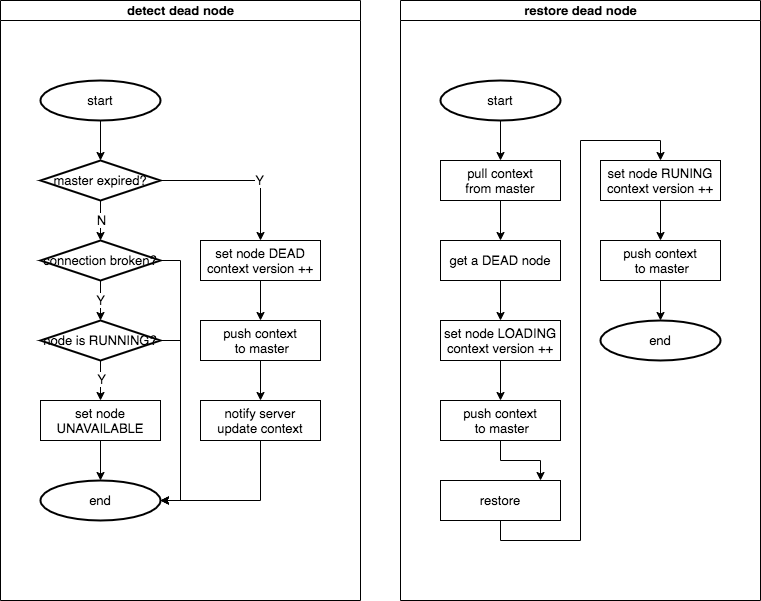
This is documents/restore.drawio.png from 4paradigm/parameter-server, a draw.io export, as it was before one commit. Source tidied: cells renumbered, new cells last; positions are measured from the earlier drawing's top-left corner, leaving out a move shared by most shapes.
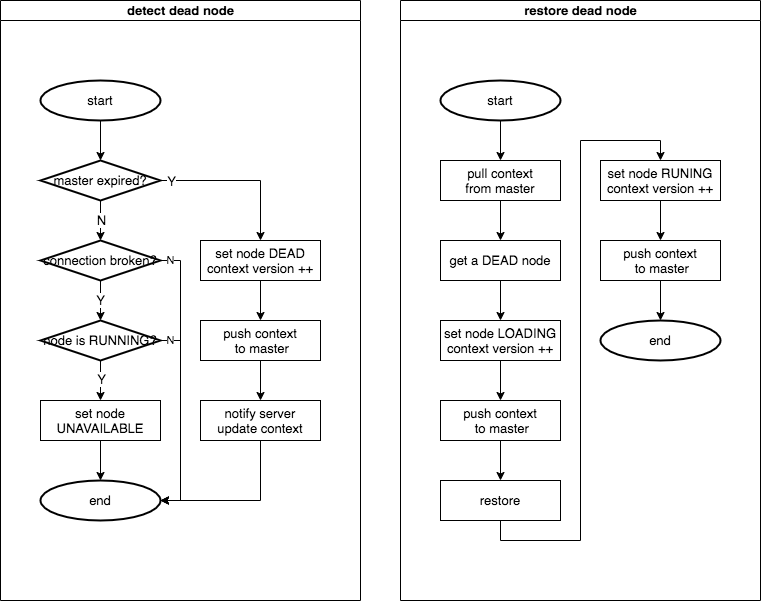
The same file after the commit.

Commit message:
fix documents graph

What changed in the source:
```diff
@@ -31,7 +31,9 @@
       <mxGeometry relative="1" as="geometry" />
     </mxCell>
     <mxCell id="10" value="Y" style="edgeLabel;html=1;align=center;verticalAlign=middle;fontSize=13;" parent="9" vertex="1">
-      <mxGeometry x="0.23" y="1" relative="1" as="geometry" />
+      <mxGeometry x="0.23" y="1" relative="1" as="geometry">
+        <mxPoint x="-88" y="1" as="offset" />
+      </mxGeometry>
     </mxCell>
     <mxCell id="11" value="set node DEAD&lt;br&gt;context version ++" style="rounded=0;whiteSpace=wrap;html=1;fontSize=13;" parent="2" vertex="1">
       <mxGeometry x="200" y="240" width="120" height="40" as="geometry" />
@@ -42,6 +44,11 @@
     <mxCell id="13" style="edgeStyle=orthogonalEdgeStyle;rounded=0;jettySize=auto;html=1;exitX=1;exitY=0.5;exitDx=0;exitDy=0;exitPerimeter=0;entryX=1;entryY=0.5;entryDx=0;entryDy=0;entryPerimeter=0;fontSize=13;" parent="2" edge="1" source="14" target="22">
       <mxGeometry relative="1" as="geometry" />
     </mxCell>
+    <mxCell id="46" value="N" style="edgeLabel;html=1;align=center;verticalAlign=middle;" parent="13" vertex="1">
+      <mxGeometry x="-0.94" y="1" relative="1" as="geometry">
+        <mxPoint x="1" as="offset" />
+      </mxGeometry>
+    </mxCell>
     <mxCell id="14" value="connection broken?" style="strokeWidth=2;html=1;shape=mxgraph.flowchart.decision;whiteSpace=wrap;fontSize=13;" parent="2" vertex="1">
       <mxGeometry x="40" y="240" width="120" height="40" as="geometry" />
     </mxCell>
@@ -57,9 +64,14 @@
     <mxCell id="18" value="Y" style="edgeLabel;html=1;align=center;verticalAlign=middle;fontSize=13;" parent="17" vertex="1">
       <mxGeometry x="-0.1" relative="1" as="geometry" />
     </mxCell>
-    <mxCell id="19" style="edgeStyle=orthogonalEdgeStyle;rounded=0;jettySize=auto;html=1;entryX=1;entryY=0.5;entryDx=0;entryDy=0;entryPerimeter=0;fontSize=13;exitX=1;exitY=0.5;exitDx=0;exitDy=0;exitPerimeter=0;" parent="2" edge="1" source="20" target="22">
+    <mxCell id="19" style="edgeStyle=orthogonalEdgeStyle;rounded=0;jettySize=auto;html=1;exitX=1;exitY=0.5;exitDx=0;exitDy=0;exitPerimeter=0;entryX=1;entryY=0.5;entryDx=0;entryDy=0;entryPerimeter=0;" parent="2" edge="1" source="20" target="22">
       <mxGeometry relative="1" as="geometry" />
     </mxCell>
+    <mxCell id="47" value="N" style="edgeLabel;html=1;align=center;verticalAlign=middle;" parent="19" vertex="1">
+      <mxGeometry x="-0.92" y="1" relative="1" as="geometry">
+        <mxPoint x="1" as="offset" />
+      </mxGeometry>
+    </mxCell>
     <mxCell id="20" value="node is RUNNING?" style="strokeWidth=2;html=1;shape=mxgraph.flowchart.decision;whiteSpace=wrap;fontSize=13;" parent="2" vertex="1">
       <mxGeometry x="40" y="320" width="120" height="40" as="geometry" />
     </mxCell>
@@ -139,10 +151,8 @@
     <mxCell id="44" value="end" style="strokeWidth=2;html=1;shape=mxgraph.flowchart.start_1;whiteSpace=wrap;fontSize=13;" parent="27" vertex="1">
       <mxGeometry x="200" y="320" width="120" height="40" as="geometry" />
     </mxCell>
-    <mxCell id="45" style="edgeStyle=orthogonalEdgeStyle;rounded=0;jettySize=auto;html=1;fontSize=13;" parent="1" edge="1" source="37">
-      <mxGeometry relative="1" as="geometry">
-        <mxPoint x="540" y="480" as="targetPoint" />
-      </mxGeometry>
+    <mxCell id="45" style="edgeStyle=orthogonalEdgeStyle;rounded=0;jettySize=auto;html=1;fontSize=13;entryX=0.5;entryY=0;entryDx=0;entryDy=0;" parent="27" edge="1" source="37" target="38">
+      <mxGeometry relative="1" as="geometry" />
     </mxCell>
   </root>
 </mxGraphModel>
```
